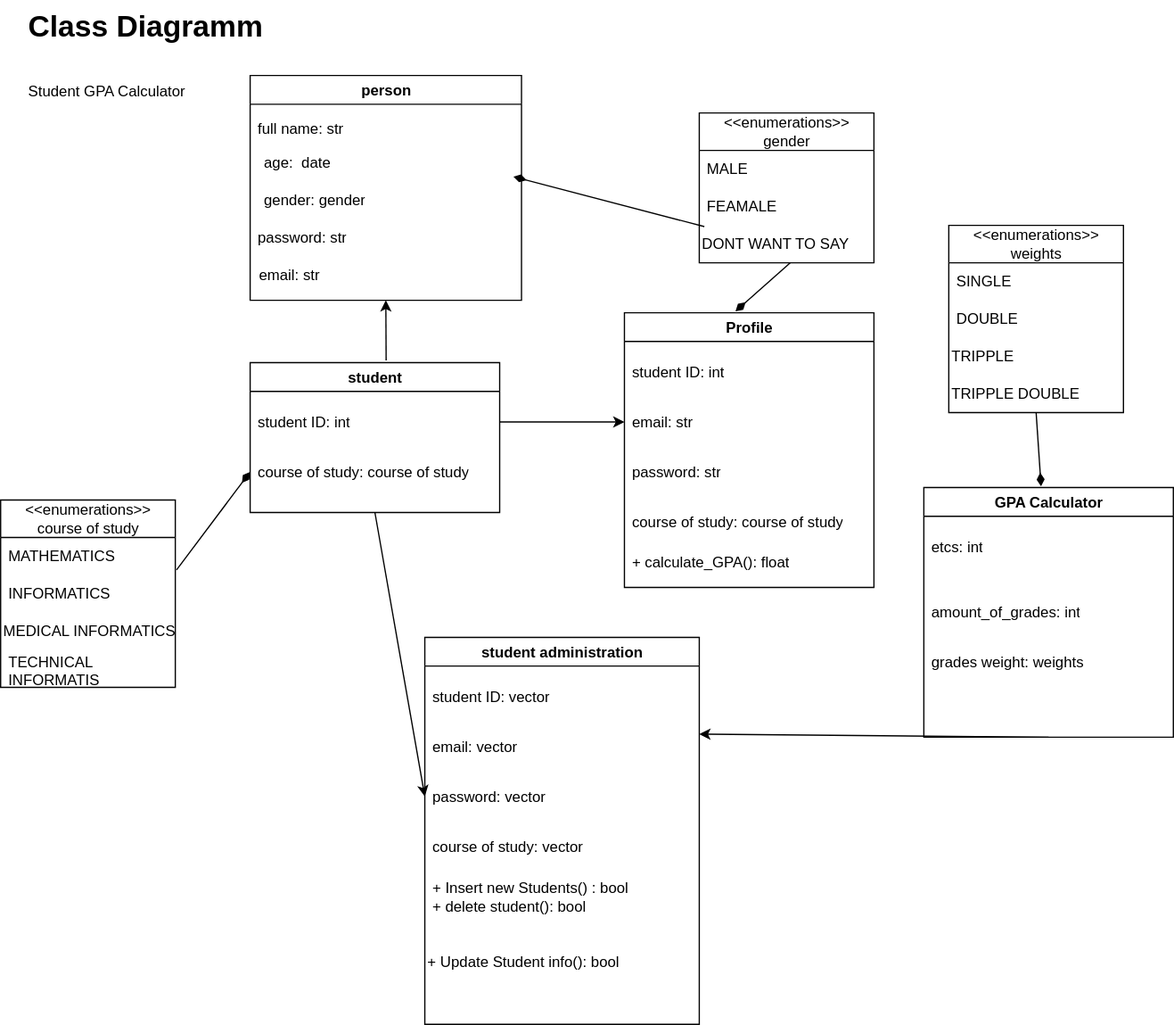
SandrAdora/GPAStudentCalculator keeps this draw.io diagram as GPA_Calculator/documentation/Class_diagram.svg. Above is the earlier version. Source tidied: cells renumbered, new cells last; positions are measured from the earlier drawing's top-left corner, leaving out a move shared by most shapes. Its diagram source:
```xml
<mxGraphModel>
  <root>
    <mxCell id="0" />
    <mxCell id="1" parent="0" />
    <mxCell id="2" value="&lt;h1 style=&quot;margin-top: 0px;&quot;&gt;Class Diagramm&lt;/h1&gt;&lt;div&gt;&lt;br&gt;&lt;/div&gt;&lt;div&gt;Student GPA Calculator&lt;/div&gt;" style="text;html=1;whiteSpace=wrap;overflow=hidden;rounded=0;" parent="1" vertex="1">
      <mxGeometry x="20" width="270" height="120" as="geometry" />
    </mxCell>
    <mxCell id="3" value="student" style="swimlane;whiteSpace=wrap;html=1;" parent="1" vertex="1">
      <mxGeometry x="200" y="290" width="200" height="120" as="geometry" />
    </mxCell>
    <mxCell id="4" value="student ID: int" style="text;strokeColor=none;fillColor=none;align=left;verticalAlign=middle;spacingLeft=4;spacingRight=4;overflow=hidden;points=[[0,0.5],[1,0.5]];portConstraint=eastwest;whiteSpace=wrap;html=1;" parent="3" vertex="1">
      <mxGeometry y="27.5" width="200" height="40" as="geometry" />
    </mxCell>
    <mxCell id="5" value="course of study: course of study" style="text;strokeColor=none;fillColor=none;align=left;verticalAlign=middle;spacingLeft=4;spacingRight=4;overflow=hidden;points=[[0,0.5],[1,0.5]];portConstraint=eastwest;whiteSpace=wrap;html=1;" parent="3" vertex="1">
      <mxGeometry y="67.5" width="200" height="40" as="geometry" />
    </mxCell>
    <mxCell id="6" value="person" style="swimlane;whiteSpace=wrap;html=1;" parent="1" vertex="1">
      <mxGeometry x="200" y="60" width="217.5" height="180" as="geometry" />
    </mxCell>
    <mxCell id="7" value="full name: str" style="text;strokeColor=none;fillColor=none;align=left;verticalAlign=middle;spacingLeft=4;spacingRight=4;overflow=hidden;whiteSpace=wrap;html=1;" parent="6" vertex="1">
      <mxGeometry y="27.5" width="180" height="30" as="geometry" />
    </mxCell>
    <mxCell id="8" value="gender: gender" style="text;strokeColor=none;fillColor=none;align=left;verticalAlign=middle;spacingLeft=4;spacingRight=4;overflow=hidden;points=[[0,0.5],[1,0.5]];portConstraint=eastwest;whiteSpace=wrap;html=1;" parent="6" vertex="1">
      <mxGeometry x="5" y="80" width="205" height="40" as="geometry" />
    </mxCell>
    <mxCell id="9" value="age:&amp;nbsp; date" style="text;strokeColor=none;fillColor=none;align=left;verticalAlign=middle;spacingLeft=4;spacingRight=4;overflow=hidden;whiteSpace=wrap;html=1;" parent="6" vertex="1">
      <mxGeometry x="5" y="50" width="200" height="40" as="geometry" />
    </mxCell>
    <mxCell id="10" value="email: str" style="text;strokeColor=none;fillColor=none;align=left;verticalAlign=middle;spacingLeft=4;spacingRight=4;overflow=hidden;whiteSpace=wrap;html=1;" parent="6" vertex="1">
      <mxGeometry x="1.2" y="140" width="212.5" height="40" as="geometry" />
    </mxCell>
    <mxCell id="11" value="password: str" style="text;strokeColor=none;fillColor=none;align=left;verticalAlign=middle;spacingLeft=4;spacingRight=4;overflow=hidden;whiteSpace=wrap;html=1;" parent="6" vertex="1">
      <mxGeometry y="110" width="200" height="40" as="geometry" />
    </mxCell>
    <mxCell id="12" value="student administration" style="swimlane;whiteSpace=wrap;html=1;" parent="1" vertex="1">
      <mxGeometry x="340" y="510" width="220" height="310" as="geometry" />
    </mxCell>
    <mxCell id="13" value="email: vector" style="text;strokeColor=none;fillColor=none;align=left;verticalAlign=middle;spacingLeft=4;spacingRight=4;overflow=hidden;whiteSpace=wrap;html=1;" parent="12" vertex="1">
      <mxGeometry y="67.5" width="200" height="40" as="geometry" />
    </mxCell>
    <mxCell id="14" value="student ID: vector" style="text;strokeColor=none;fillColor=none;align=left;verticalAlign=middle;spacingLeft=4;spacingRight=4;overflow=hidden;whiteSpace=wrap;html=1;" parent="12" vertex="1">
      <mxGeometry y="27.5" width="210" height="40" as="geometry" />
    </mxCell>
    <mxCell id="15" value="password: vector" style="text;strokeColor=none;fillColor=none;align=left;verticalAlign=middle;spacingLeft=4;spacingRight=4;overflow=hidden;points=[[0,0.5],[1,0.5]];portConstraint=eastwest;whiteSpace=wrap;html=1;" parent="12" vertex="1">
      <mxGeometry y="107.5" width="200" height="40" as="geometry" />
    </mxCell>
    <mxCell id="16" value="course of study: vector" style="text;strokeColor=none;fillColor=none;align=left;verticalAlign=middle;spacingLeft=4;spacingRight=4;overflow=hidden;whiteSpace=wrap;html=1;" parent="12" vertex="1">
      <mxGeometry y="147.5" width="200" height="40" as="geometry" />
    </mxCell>
    <mxCell id="17" value="+ Insert new Students() : bool&amp;nbsp;&lt;div&gt;+ delete student(): bool&lt;/div&gt;" style="text;strokeColor=none;fillColor=none;align=left;verticalAlign=middle;spacingLeft=4;spacingRight=4;overflow=hidden;whiteSpace=wrap;html=1;" parent="12" vertex="1">
      <mxGeometry y="187.5" width="210" height="40" as="geometry" />
    </mxCell>
    <mxCell id="18" value="+ Update Student info(): bool" style="text;html=1;align=left;verticalAlign=middle;whiteSpace=wrap;rounded=0;" parent="12" vertex="1">
      <mxGeometry y="240" width="210" height="40" as="geometry" />
    </mxCell>
    <mxCell id="19" style="endArrow=classic;html=1;rounded=0;exitX=0.5;exitY=1;exitDx=0;exitDy=0;entryX=0;entryY=0.5;entryDx=0;entryDy=0;" parent="1" edge="1" source="3" target="15">
      <mxGeometry relative="1" as="geometry" />
    </mxCell>
    <mxCell id="20" style="endArrow=classic;html=1;rounded=0;exitX=0.545;exitY=-0.015;exitDx=0;exitDy=0;exitPerimeter=0;entryX=0.5;entryY=1;entryDx=0;entryDy=0;" parent="1" edge="1" source="3" target="6">
      <mxGeometry relative="1" as="geometry" />
    </mxCell>
    <mxCell id="21" value="Profile" style="swimlane;whiteSpace=wrap;html=1;" parent="1" vertex="1">
      <mxGeometry x="500" y="250" width="200" height="220" as="geometry" />
    </mxCell>
    <mxCell id="22" value="email: str" style="text;strokeColor=none;fillColor=none;align=left;verticalAlign=middle;spacingLeft=4;spacingRight=4;overflow=hidden;points=[[0,0.5],[1,0.5]];portConstraint=eastwest;whiteSpace=wrap;html=1;" parent="21" vertex="1">
      <mxGeometry y="67.5" width="200" height="40" as="geometry" />
    </mxCell>
    <mxCell id="23" value="student ID: int" style="text;strokeColor=none;fillColor=none;align=left;verticalAlign=middle;spacingLeft=4;spacingRight=4;overflow=hidden;whiteSpace=wrap;html=1;" parent="21" vertex="1">
      <mxGeometry y="27.5" width="200" height="40" as="geometry" />
    </mxCell>
    <mxCell id="24" value="password: str" style="text;strokeColor=none;fillColor=none;align=left;verticalAlign=middle;spacingLeft=4;spacingRight=4;overflow=hidden;whiteSpace=wrap;html=1;" parent="21" vertex="1">
      <mxGeometry y="107.5" width="200" height="40" as="geometry" />
    </mxCell>
    <mxCell id="25" value="course of study: course of study" style="text;strokeColor=none;fillColor=none;align=left;verticalAlign=middle;spacingLeft=4;spacingRight=4;overflow=hidden;whiteSpace=wrap;html=1;" parent="21" vertex="1">
      <mxGeometry y="147.5" width="200" height="40" as="geometry" />
    </mxCell>
    <mxCell id="26" value="+ calculate_GPA(): float" style="text;strokeColor=none;fillColor=none;align=left;verticalAlign=middle;spacingLeft=4;spacingRight=4;overflow=hidden;whiteSpace=wrap;html=1;" parent="21" vertex="1">
      <mxGeometry y="180" width="200" height="40" as="geometry" />
    </mxCell>
    <mxCell id="27" style="endArrow=classic;html=1;rounded=0;entryX=0;entryY=0.5;entryDx=0;entryDy=0;exitX=1;exitY=0.5;exitDx=0;exitDy=0;" parent="1" edge="1" source="4" target="22">
      <mxGeometry relative="1" as="geometry" />
    </mxCell>
    <mxCell id="28" value="&amp;lt;&amp;lt;enumerations&amp;gt;&amp;gt;&lt;div&gt;course of study&lt;/div&gt;" style="swimlane;fontStyle=0;horizontal=1;startSize=30;whiteSpace=wrap;html=1;" parent="1" vertex="1">
      <mxGeometry y="400" width="140" height="150" as="geometry" />
    </mxCell>
    <mxCell id="29" value="MATHEMATICS" style="text;strokeColor=none;fillColor=none;align=left;verticalAlign=middle;spacingLeft=4;spacingRight=4;overflow=hidden;points=[[0,0.5],[1,0.5]];portConstraint=eastwest;whiteSpace=wrap;html=1;" parent="28" vertex="1">
      <mxGeometry y="30" width="140" height="30" as="geometry" />
    </mxCell>
    <mxCell id="30" value="INFORMATICS" style="text;strokeColor=none;fillColor=none;align=left;verticalAlign=middle;spacingLeft=4;spacingRight=4;overflow=hidden;whiteSpace=wrap;html=1;" parent="28" vertex="1">
      <mxGeometry y="60" width="140" height="30" as="geometry" />
    </mxCell>
    <mxCell id="31" value="MEDICAL INFORMATICS" style="text;html=1;align=left;verticalAlign=middle;whiteSpace=wrap;rounded=0;" parent="28" vertex="1">
      <mxGeometry y="90" width="140" height="30" as="geometry" />
    </mxCell>
    <mxCell id="32" value="TECHNICAL INFORMATIS" style="text;strokeColor=none;fillColor=none;align=left;verticalAlign=middle;spacingLeft=4;spacingRight=4;overflow=hidden;whiteSpace=wrap;html=1;" parent="28" vertex="1">
      <mxGeometry y="120" width="140" height="30" as="geometry" />
    </mxCell>
    <mxCell id="33" style="endArrow=none;startArrow=diamondThin;endFill=0;startFill=1;html=1;verticalAlign=bottom;labelBackgroundColor=none;strokeWidth=1;startSize=8;endSize=8;rounded=0;exitX=0;exitY=0.5;exitDx=0;exitDy=0;entryX=1.007;entryY=0.867;entryDx=0;entryDy=0;entryPerimeter=0;" parent="1" edge="1" source="5" target="29">
      <mxGeometry relative="1" as="geometry" />
    </mxCell>
    <mxCell id="34" value="&amp;lt;&amp;lt;enumerations&amp;gt;&amp;gt;&lt;div&gt;gender&lt;/div&gt;" style="swimlane;fontStyle=0;horizontal=1;startSize=30;whiteSpace=wrap;html=1;" parent="1" vertex="1">
      <mxGeometry x="560" y="90" width="140" height="120" as="geometry" />
    </mxCell>
    <mxCell id="35" value="MALE" style="text;strokeColor=none;fillColor=none;align=left;verticalAlign=middle;spacingLeft=4;spacingRight=4;overflow=hidden;whiteSpace=wrap;html=1;" parent="34" vertex="1">
      <mxGeometry y="30" width="140" height="30" as="geometry" />
    </mxCell>
    <mxCell id="36" value="FEAMALE" style="text;strokeColor=none;fillColor=none;align=left;verticalAlign=middle;spacingLeft=4;spacingRight=4;overflow=hidden;points=[[0,0.5],[1,0.5]];portConstraint=eastwest;whiteSpace=wrap;html=1;" parent="34" vertex="1">
      <mxGeometry y="60" width="140" height="30" as="geometry" />
    </mxCell>
    <mxCell id="37" value="DONT WANT TO SAY" style="text;html=1;align=left;verticalAlign=middle;whiteSpace=wrap;rounded=0;" parent="34" vertex="1">
      <mxGeometry y="90" width="140" height="30" as="geometry" />
    </mxCell>
    <mxCell id="38" style="endArrow=none;startArrow=diamondThin;endFill=0;startFill=1;html=1;verticalAlign=bottom;labelBackgroundColor=none;strokeWidth=1;startSize=8;endSize=8;rounded=0;exitX=1.005;exitY=0.025;exitDx=0;exitDy=0;entryX=0.029;entryY=1.033;entryDx=0;entryDy=0;entryPerimeter=0;exitPerimeter=0;" parent="1" edge="1" source="8" target="36">
      <mxGeometry relative="1" as="geometry" />
    </mxCell>
    <mxCell id="39" style="endArrow=none;startArrow=diamondThin;endFill=0;startFill=1;html=1;verticalAlign=bottom;labelBackgroundColor=none;strokeWidth=1;startSize=8;endSize=8;rounded=0;exitX=0.445;exitY=-0.005;exitDx=0;exitDy=0;entryX=0.029;entryY=1.033;entryDx=0;entryDy=0;entryPerimeter=0;exitPerimeter=0;" parent="1" edge="1" source="21">
      <mxGeometry relative="1" as="geometry">
        <mxPoint x="633" y="210" as="targetPoint" />
      </mxGeometry>
    </mxCell>
    <mxCell id="40" value="GPA Calculator" style="swimlane;whiteSpace=wrap;html=1;" parent="1" vertex="1">
      <mxGeometry x="740" y="390" width="200" height="200" as="geometry" />
    </mxCell>
    <mxCell id="41" value="etcs: int" style="text;strokeColor=none;fillColor=none;align=left;verticalAlign=middle;spacingLeft=4;spacingRight=4;overflow=hidden;whiteSpace=wrap;html=1;" parent="40" vertex="1">
      <mxGeometry y="27.5" width="200" height="40" as="geometry" />
    </mxCell>
    <mxCell id="42" value="amount_of_grades: int" style="text;strokeColor=none;fillColor=none;align=left;verticalAlign=middle;spacingLeft=4;spacingRight=4;overflow=hidden;whiteSpace=wrap;html=1;" parent="40" vertex="1">
      <mxGeometry y="80" width="200" height="40" as="geometry" />
    </mxCell>
    <mxCell id="43" value="grades weight: weights" style="text;strokeColor=none;fillColor=none;align=left;verticalAlign=middle;spacingLeft=4;spacingRight=4;overflow=hidden;whiteSpace=wrap;html=1;" parent="40" vertex="1">
      <mxGeometry y="120" width="200" height="40" as="geometry" />
    </mxCell>
    <mxCell id="44" style="endArrow=classic;html=1;rounded=0;exitX=0.5;exitY=1;exitDx=0;exitDy=0;entryX=1;entryY=0.25;entryDx=0;entryDy=0;" parent="1" edge="1" source="40" target="12">
      <mxGeometry relative="1" as="geometry" />
    </mxCell>
    <mxCell id="45" value="&amp;lt;&amp;lt;enumerations&amp;gt;&amp;gt;&lt;div&gt;weights&lt;/div&gt;" style="swimlane;fontStyle=0;horizontal=1;startSize=30;whiteSpace=wrap;html=1;" parent="1" vertex="1">
      <mxGeometry x="760" y="180" width="140" height="150" as="geometry" />
    </mxCell>
    <mxCell id="46" value="SINGLE" style="text;strokeColor=none;fillColor=none;align=left;verticalAlign=middle;spacingLeft=4;spacingRight=4;overflow=hidden;whiteSpace=wrap;html=1;" parent="45" vertex="1">
      <mxGeometry y="30" width="140" height="30" as="geometry" />
    </mxCell>
    <mxCell id="47" value="DOUBLE" style="text;strokeColor=none;fillColor=none;align=left;verticalAlign=middle;spacingLeft=4;spacingRight=4;overflow=hidden;whiteSpace=wrap;html=1;" parent="45" vertex="1">
      <mxGeometry y="60" width="140" height="30" as="geometry" />
    </mxCell>
    <mxCell id="48" value="TRIPPLE" style="text;html=1;align=left;verticalAlign=middle;whiteSpace=wrap;rounded=0;" parent="45" vertex="1">
      <mxGeometry y="90" width="140" height="30" as="geometry" />
    </mxCell>
    <mxCell id="49" value="TRIPPLE DOUBLE" style="text;html=1;align=left;verticalAlign=middle;whiteSpace=wrap;rounded=0;" parent="45" vertex="1">
      <mxGeometry y="120" width="140" height="30" as="geometry" />
    </mxCell>
    <mxCell id="50" style="endArrow=none;startArrow=diamondThin;endFill=0;startFill=1;html=1;verticalAlign=bottom;labelBackgroundColor=none;strokeWidth=1;startSize=8;endSize=8;rounded=0;exitX=0.47;exitY=-0.005;exitDx=0;exitDy=0;entryX=0.5;entryY=1;entryDx=0;entryDy=0;exitPerimeter=0;" parent="1" edge="1" source="40" target="49">
      <mxGeometry relative="1" as="geometry" />
    </mxCell>
  </root>
</mxGraphModel>
```
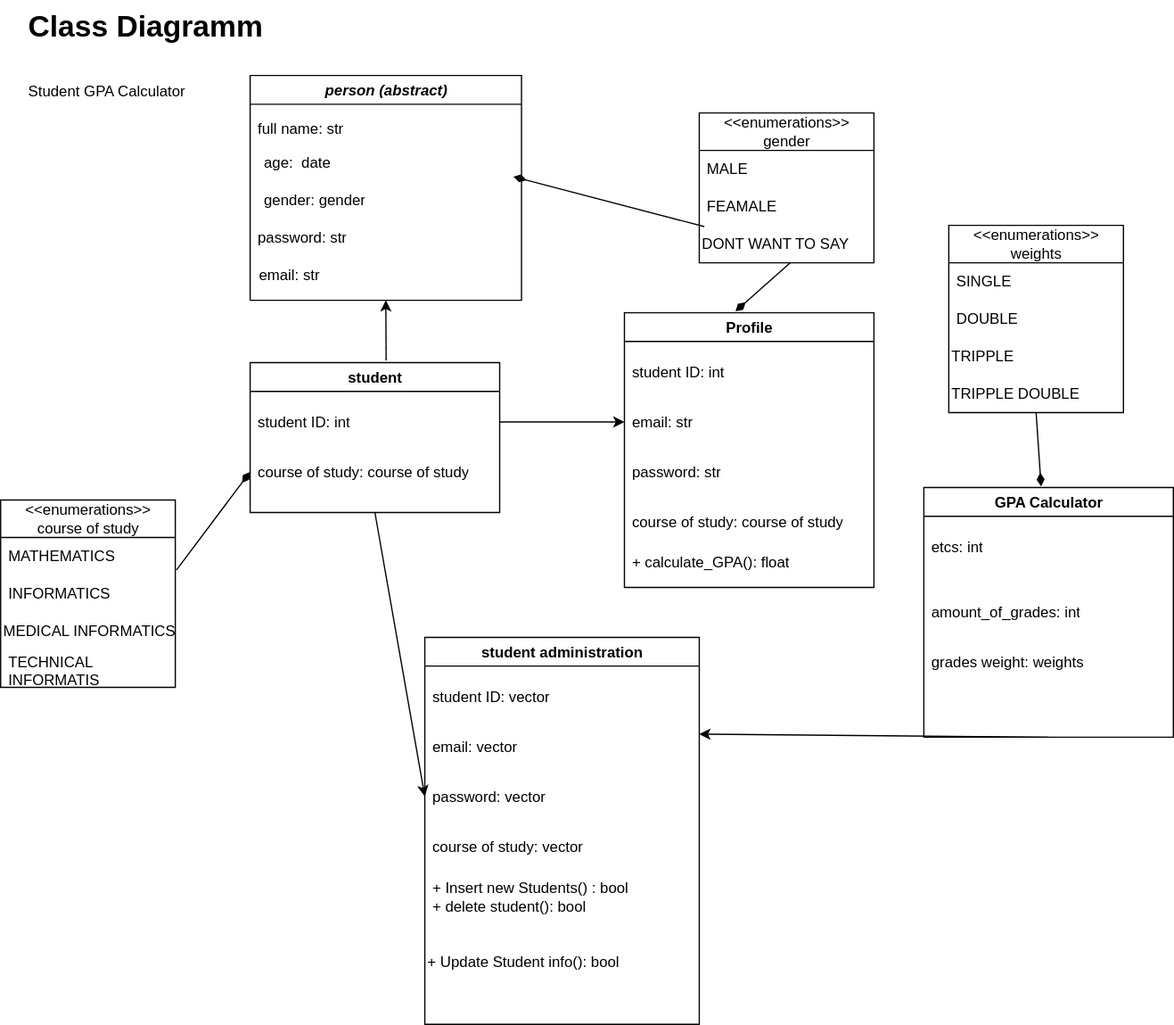
The same diagram one commit later.

The edit, as a diff of the source:
```diff
@@ -14,7 +14,7 @@
     <mxCell id="5" value="course of study: course of study" style="text;strokeColor=none;fillColor=none;align=left;verticalAlign=middle;spacingLeft=4;spacingRight=4;overflow=hidden;points=[[0,0.5],[1,0.5]];portConstraint=eastwest;whiteSpace=wrap;html=1;" parent="3" vertex="1">
       <mxGeometry y="67.5" width="200" height="40" as="geometry" />
     </mxCell>
-    <mxCell id="6" value="person" style="swimlane;whiteSpace=wrap;html=1;" parent="1" vertex="1">
+    <mxCell id="6" value="&lt;i&gt;person (abstract)&lt;/i&gt;" style="swimlane;whiteSpace=wrap;html=1;" parent="1" vertex="1">
       <mxGeometry x="200" y="60" width="217.5" height="180" as="geometry" />
     </mxCell>
     <mxCell id="7" value="full name: str" style="text;strokeColor=none;fillColor=none;align=left;verticalAlign=middle;spacingLeft=4;spacingRight=4;overflow=hidden;whiteSpace=wrap;html=1;" parent="6" vertex="1">
```
